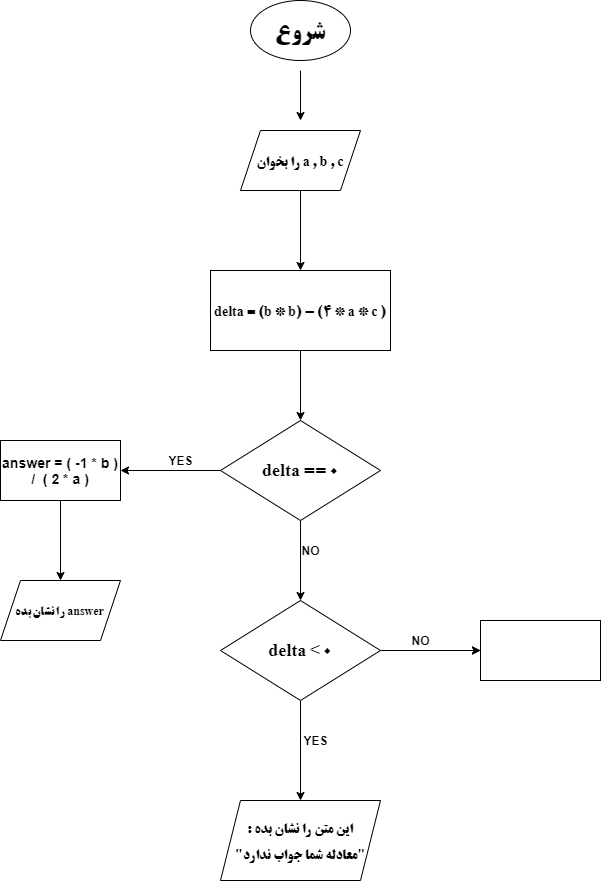
Earlier version of the draw.io export Untitled Diagram.png (AbolfazlAslani/BTD_DTB). Source tidied: cells renumbered, new cells last; positions are measured from the earlier drawing's top-left corner, leaving out a move shared by most shapes. Source of this version:
```xml
<mxGraphModel>
  <root>
    <mxCell id="0" />
    <mxCell id="1" parent="0" />
    <mxCell id="2" value="&lt;h1&gt;&lt;font face=&quot;B titr&quot;&gt;شروع&lt;/font&gt;&lt;/h1&gt;" style="ellipse;whiteSpace=wrap;html=1;" parent="1" vertex="1">
      <mxGeometry x="250" width="100" height="60" as="geometry" />
    </mxCell>
    <mxCell id="3" style="endArrow=classic;html=1;" parent="1" edge="1">
      <mxGeometry relative="1" as="geometry">
        <mxPoint x="300" y="70" as="sourcePoint" />
        <mxPoint x="300" y="120" as="targetPoint" />
      </mxGeometry>
    </mxCell>
    <mxCell id="4" style="edgeStyle=orthogonalEdgeStyle;rounded=0;jettySize=auto;html=1;" parent="1" edge="1" target="9">
      <mxGeometry relative="1" as="geometry">
        <mxPoint x="300" y="350" as="sourcePoint" />
      </mxGeometry>
    </mxCell>
    <mxCell id="5" style="edgeStyle=orthogonalEdgeStyle;rounded=0;jettySize=auto;html=1;" parent="1" edge="1" source="6" target="23">
      <mxGeometry relative="1" as="geometry" />
    </mxCell>
    <mxCell id="6" value="&lt;h3&gt;&lt;font face=&quot;B titr&quot;&gt;را بخوان a , b , c&lt;/font&gt;&lt;/h3&gt;" style="shape=parallelogram;perimeter=parallelogramPerimeter;whiteSpace=wrap;html=1;fixedSize=1;align=center;" parent="1" vertex="1">
      <mxGeometry x="240" y="130" width="120" height="60" as="geometry" />
    </mxCell>
    <mxCell id="7" style="edgeStyle=orthogonalEdgeStyle;rounded=0;jettySize=auto;html=1;" parent="1" edge="1" source="9" target="11">
      <mxGeometry relative="1" as="geometry" />
    </mxCell>
    <mxCell id="8" style="edgeStyle=orthogonalEdgeStyle;rounded=0;jettySize=auto;html=1;" parent="1" edge="1" source="9" target="16">
      <mxGeometry relative="1" as="geometry" />
    </mxCell>
    <mxCell id="9" value="&lt;h2&gt;&lt;font face=&quot;B titr&quot;&gt;&lt;b&gt;delta == 0&lt;/b&gt;&lt;/font&gt;&lt;/h2&gt;" style="rhombus;whiteSpace=wrap;html=1;" parent="1" vertex="1">
      <mxGeometry x="220" y="420" width="160" height="100" as="geometry" />
    </mxCell>
    <mxCell id="10" style="edgeStyle=orthogonalEdgeStyle;rounded=0;jettySize=auto;html=1;" parent="1" edge="1" source="11" target="12">
      <mxGeometry relative="1" as="geometry" />
    </mxCell>
    <mxCell id="11" value="&lt;h3&gt;answer = ( -1 * b ) /&amp;nbsp; ( 2 * a )&lt;/h3&gt;" style="whiteSpace=wrap;html=1;" parent="1" vertex="1">
      <mxGeometry y="440" width="120" height="60" as="geometry" />
    </mxCell>
    <mxCell id="12" value="&lt;h4&gt;&lt;font face=&quot;B titr&quot;&gt;را نشان بده answer&lt;/font&gt;&lt;/h4&gt;" style="shape=parallelogram;perimeter=parallelogramPerimeter;whiteSpace=wrap;html=1;fixedSize=1;" parent="1" vertex="1">
      <mxGeometry y="580" width="120" height="60" as="geometry" />
    </mxCell>
    <mxCell id="13" style="edgeStyle=orthogonalEdgeStyle;rounded=0;jettySize=auto;html=1;" parent="1" edge="1" source="16" target="19">
      <mxGeometry relative="1" as="geometry" />
    </mxCell>
    <mxCell id="14" style="edgeStyle=orthogonalEdgeStyle;rounded=0;jettySize=auto;html=1;" parent="1" edge="1" source="16" target="21">
      <mxGeometry relative="1" as="geometry" />
    </mxCell>
    <mxCell id="15" style="edgeStyle=orthogonalEdgeStyle;rounded=0;jettySize=auto;html=1;" parent="1" edge="1" source="16" target="21">
      <mxGeometry relative="1" as="geometry" />
    </mxCell>
    <mxCell id="16" value="&lt;h2&gt;&lt;font face=&quot;B titr&quot;&gt;&lt;b&gt;delta &amp;lt; 0&lt;/b&gt;&lt;/font&gt;&lt;/h2&gt;" style="rhombus;whiteSpace=wrap;html=1;" parent="1" vertex="1">
      <mxGeometry x="220" y="600" width="160" height="100" as="geometry" />
    </mxCell>
    <mxCell id="17" value="&lt;b&gt;YES&lt;/b&gt;" style="text;html=1;align=center;verticalAlign=middle;" parent="1" vertex="1">
      <mxGeometry x="160" y="450" width="40" height="20" as="geometry" />
    </mxCell>
    <mxCell id="18" value="&lt;b&gt;NO&lt;/b&gt;" style="text;html=1;align=center;verticalAlign=middle;" parent="1" vertex="1">
      <mxGeometry x="295" y="540" width="30" height="20" as="geometry" />
    </mxCell>
    <mxCell id="19" value="&lt;h3&gt;&lt;font face=&quot;B titr&quot; style=&quot;line-height: 190%&quot;&gt;: این متن را نشان بده&lt;br&gt;&lt;/font&gt;&lt;font face=&quot;B titr&quot; style=&quot;line-height: 190%&quot;&gt;&quot;معادله شما جواب ندارد&quot;&lt;/font&gt;&lt;/h3&gt;" style="shape=parallelogram;perimeter=parallelogramPerimeter;whiteSpace=wrap;html=1;fixedSize=1;" parent="1" vertex="1">
      <mxGeometry x="220" y="800" width="160" height="80" as="geometry" />
    </mxCell>
    <mxCell id="20" value="&lt;b&gt;YES&lt;/b&gt;" style="text;html=1;align=center;verticalAlign=middle;" parent="1" vertex="1">
      <mxGeometry x="295" y="730" width="40" height="20" as="geometry" />
    </mxCell>
    <mxCell id="21" style="whiteSpace=wrap;html=1;" parent="1" vertex="1">
      <mxGeometry x="480" y="620" width="120" height="60" as="geometry" />
    </mxCell>
    <mxCell id="22" value="&lt;b&gt;NO&lt;/b&gt;" style="text;html=1;align=center;verticalAlign=middle;" parent="1" vertex="1">
      <mxGeometry x="405" y="630" width="30" height="20" as="geometry" />
    </mxCell>
    <mxCell id="23" value="&lt;h3&gt;&lt;font face=&quot;B titr&quot;&gt;delta = (b * b) - (4 * a * c )&lt;/font&gt;&lt;/h3&gt;" style="whiteSpace=wrap;html=1;align=center;" parent="1" vertex="1">
      <mxGeometry x="210" y="270" width="180" height="80" as="geometry" />
    </mxCell>
  </root>
</mxGraphModel>
```
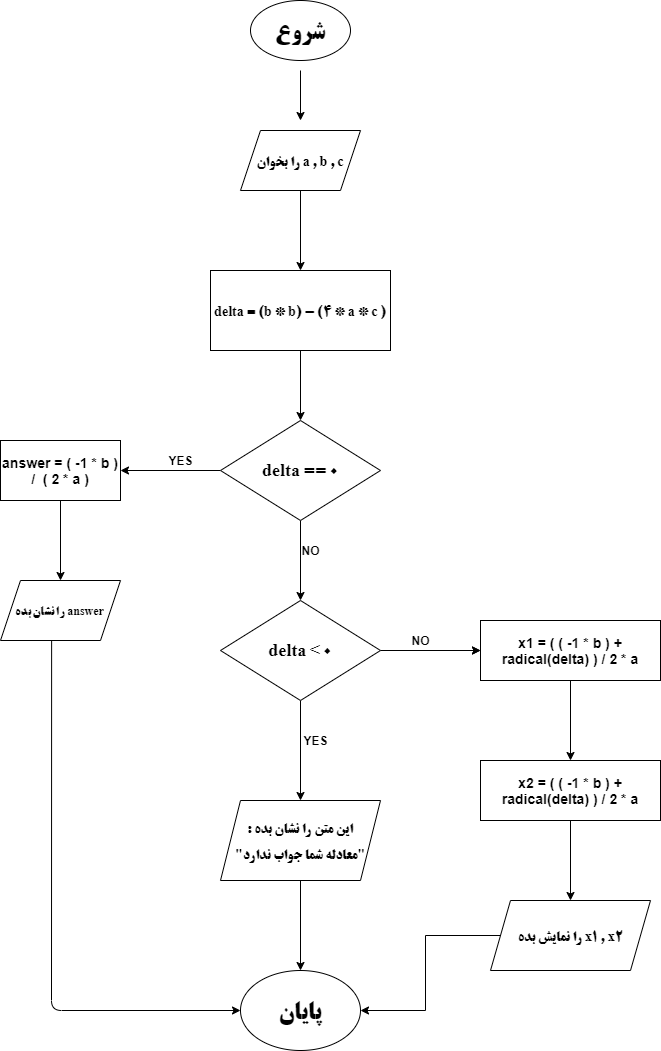
After the change.

Diff of the diagram source:
```diff
@@ -64,8 +64,11 @@
     <mxCell id="20" value="&lt;b&gt;YES&lt;/b&gt;" style="text;html=1;align=center;verticalAlign=middle;" parent="1" vertex="1">
       <mxGeometry x="295" y="730" width="40" height="20" as="geometry" />
     </mxCell>
+    <mxCell id="24" style="edgeStyle=orthogonalEdgeStyle;rounded=0;jettySize=auto;html=1;" parent="1" edge="1" source="21" target="26">
+      <mxGeometry relative="1" as="geometry" />
+    </mxCell>
-    <mxCell id="21" style="whiteSpace=wrap;html=1;" parent="1" vertex="1">
-      <mxGeometry x="480" y="620" width="120" height="60" as="geometry" />
+    <mxCell id="21" value="&lt;h3&gt;&lt;b&gt;x1 = ( ( -1 * b ) + radical(delta) ) / 2 * a&lt;/b&gt;&lt;/h3&gt;" style="whiteSpace=wrap;html=1;" parent="1" vertex="1">
+      <mxGeometry x="480" y="620" width="180" height="60" as="geometry" />
     </mxCell>
     <mxCell id="22" value="&lt;b&gt;NO&lt;/b&gt;" style="text;html=1;align=center;verticalAlign=middle;" parent="1" vertex="1">
       <mxGeometry x="405" y="630" width="30" height="20" as="geometry" />
@@ -73,5 +76,30 @@
     <mxCell id="23" value="&lt;h3&gt;&lt;font face=&quot;B titr&quot;&gt;delta = (b * b) - (4 * a * c )&lt;/font&gt;&lt;/h3&gt;" style="whiteSpace=wrap;html=1;align=center;" parent="1" vertex="1">
       <mxGeometry x="210" y="270" width="180" height="80" as="geometry" />
     </mxCell>
+    <mxCell id="25" style="edgeStyle=orthogonalEdgeStyle;rounded=0;jettySize=auto;html=1;" parent="1" edge="1" source="26" target="28">
+      <mxGeometry relative="1" as="geometry" />
+    </mxCell>
+    <mxCell id="26" value="&lt;h3&gt;&lt;b&gt;x2 = ( ( -1 * b ) + radical(delta) ) / 2 * a&lt;/b&gt;&lt;/h3&gt;" style="whiteSpace=wrap;html=1;" parent="1" vertex="1">
+      <mxGeometry x="480" y="760" width="180" height="60" as="geometry" />
+    </mxCell>
+    <mxCell id="27" style="edgeStyle=orthogonalEdgeStyle;rounded=0;jettySize=auto;html=1;" parent="1" edge="1" source="28" target="29">
+      <mxGeometry relative="1" as="geometry" />
+    </mxCell>
+    <mxCell id="28" value="&lt;h3&gt;&lt;font face=&quot;B titr&quot;&gt;را نمایش بده x1 , x2&lt;/font&gt;&lt;/h3&gt;" style="shape=parallelogram;perimeter=parallelogramPerimeter;whiteSpace=wrap;html=1;fixedSize=1;" parent="1" vertex="1">
+      <mxGeometry x="490" y="900" width="160" height="70" as="geometry" />
+    </mxCell>
+    <mxCell id="29" value="&lt;h1&gt;&lt;font face=&quot;B titr&quot;&gt;پایان&lt;/font&gt;&lt;/h1&gt;" style="ellipse;whiteSpace=wrap;html=1;" parent="1" vertex="1">
+      <mxGeometry x="240" y="970" width="120" height="80" as="geometry" />
+    </mxCell>
+    <mxCell id="30" style="endArrow=classic;html=1;entryX=0.5;entryY=0;entryDx=0;entryDy=0;exitX=0.5;exitY=1;exitDx=0;exitDy=0;" parent="1" edge="1" source="19" target="29">
+      <mxGeometry relative="1" as="geometry" />
+    </mxCell>
+    <mxCell id="31" style="endArrow=classic;html=1;exitX=0.426;exitY=1.01;exitDx=0;exitDy=0;exitPerimeter=0;entryX=0;entryY=0.5;entryDx=0;entryDy=0;" parent="1" edge="1" source="12" target="29">
+      <mxGeometry relative="1" as="geometry">
+        <Array as="points">
+          <mxPoint x="51" y="1010" />
+        </Array>
+      </mxGeometry>
+    </mxCell>
   </root>
 </mxGraphModel>
```
